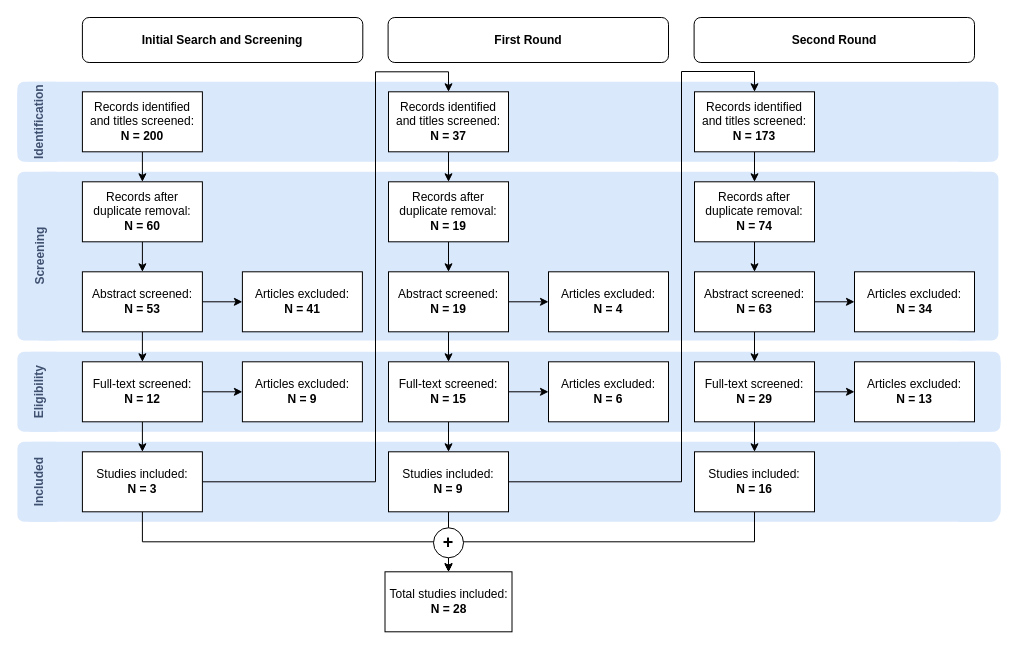
Earlier version of the draw.io diagram page "Page-3" (1 of 6) of Diagrams/PRISMA Flowchart.drawio (HooradAboo/I-CLAIM). Source tidied: cells renumbered, new cells numbered last; positions are measured from the earlier drawing's top-left corner, leaving out a move shared by most shapes. Both pictures are drawn from the tidied source at 100%, with x=0, y=0 at pixel (-45, -369).
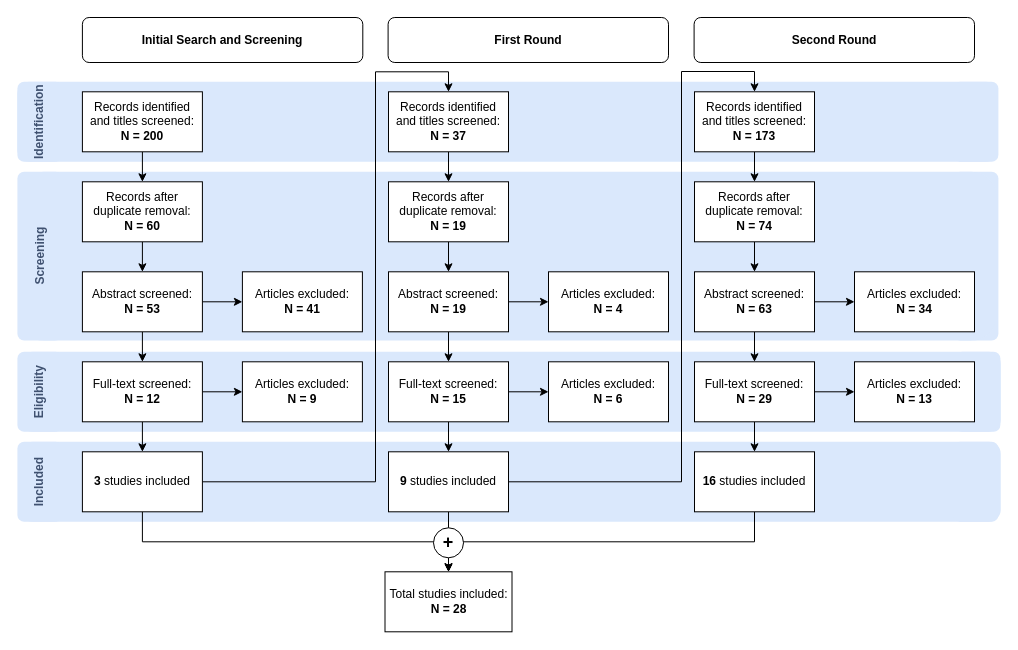
After the change.

Diff of the diagram source:
```diff
@@
-    <mxCell id="20" value="&lt;div&gt;Studies included:&lt;/div&gt;&lt;div&gt;&lt;b&gt;N = 3&lt;/b&gt;&lt;/div&gt;" style="rounded=0;whiteSpace=wrap;html=1;" parent="1" vertex="1">
+    <mxCell id="20" value="&lt;div&gt;&lt;b&gt;3&lt;/b&gt; studies included&lt;/div&gt;" style="rounded=0;whiteSpace=wrap;html=1;" parent="1" vertex="1">
       <mxGeometry x="126.9" y="820.3" width="120" height="60" as="geometry" />
     </mxCell>
@@
-    <mxCell id="40" value="&lt;div&gt;Studies included:&lt;/div&gt;&lt;div&gt;&lt;b&gt;N = 9&lt;/b&gt;&lt;/div&gt;" style="rounded=0;whiteSpace=wrap;html=1;" parent="1" vertex="1">
+    <mxCell id="40" value="&lt;b&gt;9&lt;/b&gt;&amp;nbsp;studies included" style="rounded=0;whiteSpace=wrap;html=1;" parent="1" vertex="1">
       <mxGeometry x="433" y="820.3" width="120" height="60" as="geometry" />
     </mxCell>
@@
-    <mxCell id="54" value="&lt;div&gt;Studies included:&lt;/div&gt;&lt;div&gt;&lt;b&gt;N = 16&lt;/b&gt;&lt;/div&gt;" style="rounded=0;whiteSpace=wrap;html=1;" parent="1" vertex="1">
+    <mxCell id="54" value="&lt;b&gt;16&lt;/b&gt;&amp;nbsp;studies included" style="rounded=0;whiteSpace=wrap;html=1;" parent="1" vertex="1">
       <mxGeometry x="739" y="820.3" width="120" height="60" as="geometry" />
     </mxCell>
```
